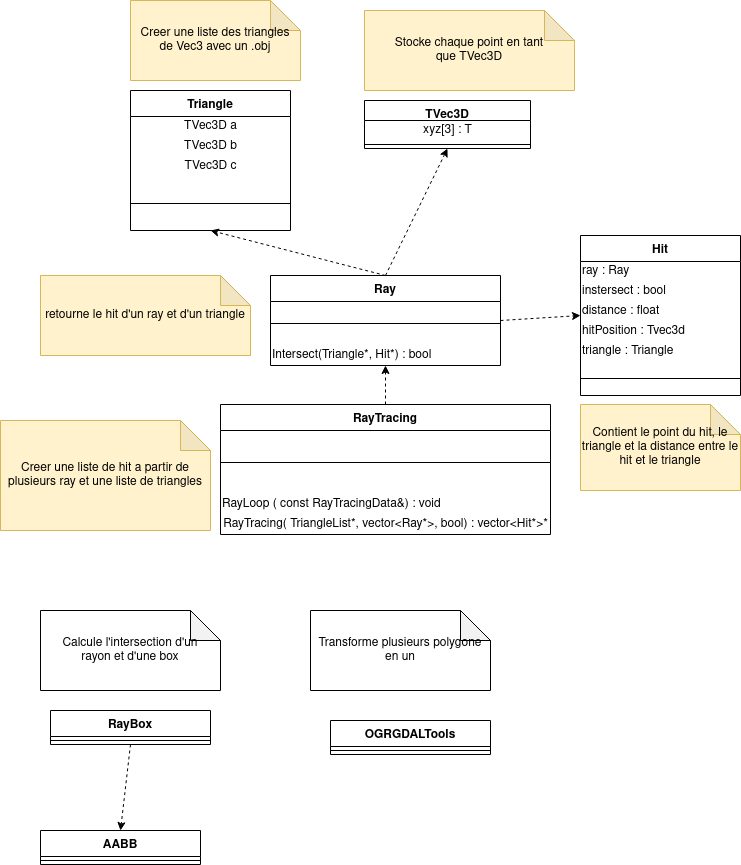
Before: architecture/UMLRaycastSimplifie.png, a diagram exported from draw.io (VCityTeam/DA-POM-VilleUnity). Source tidied: cells renumbered, new cells last; positions are measured from the earlier drawing's top-left corner, leaving out a move shared by most shapes.
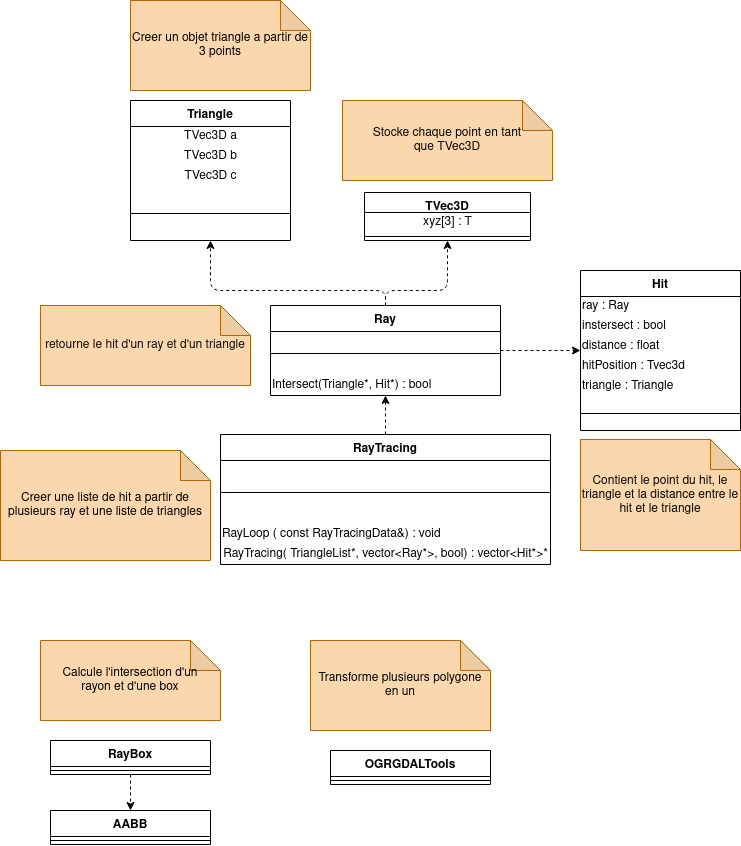
The same file after the commit.

Change to the diagram source:
```diff
@@ -3,7 +3,7 @@
     <mxCell id="0" />
     <mxCell id="1" parent="0" />
     <mxCell id="2" value="Triangle" style="swimlane;fontStyle=1;align=center;verticalAlign=top;horizontal=1;startSize=26;" parent="1" vertex="1">
-      <mxGeometry x="130" y="90" width="160" height="140" as="geometry" />
+      <mxGeometry x="130" y="70" width="160" height="140" as="geometry" />
     </mxCell>
     <mxCell id="3" value="TVec3D a" style="text;html=1;align=center;verticalAlign=middle;" parent="2" vertex="1">
       <mxGeometry y="26" width="160" height="20" as="geometry" />
@@ -17,11 +17,11 @@
     <mxCell id="6" style="line;strokeWidth=1;fillColor=none;align=left;verticalAlign=middle;spacingTop=-1;spacingLeft=3;spacingRight=3;labelPosition=right;" parent="2" vertex="1">
       <mxGeometry y="86" width="160" height="54" as="geometry" />
     </mxCell>
-    <mxCell id="7" value="&lt;div&gt;Creer une liste des triangles&lt;/div&gt;&lt;div&gt;de Vec3 avec un .obj&lt;br&gt;&lt;/div&gt;" style="shape=note;whiteSpace=wrap;html=1;backgroundOutline=1;darkOpacity=0.05;fillColor=#fff2cc;strokeColor=#d6b656;" parent="1" vertex="1">
-      <mxGeometry x="130" width="170" height="80" as="geometry" />
+    <mxCell id="7" value="Creer un objet triangle a partir de 3 points" style="shape=note;whiteSpace=wrap;html=1;backgroundOutline=1;darkOpacity=0.05;fillColor=#fad7ac;strokeColor=#b46504;" parent="1" vertex="1">
+      <mxGeometry x="130" y="-30" width="180" height="90" as="geometry" />
     </mxCell>
     <mxCell id="8" value="TVec3D" style="swimlane;fontStyle=1;align=center;verticalAlign=top;horizontal=1;startSize=20;" parent="1" vertex="1">
-      <mxGeometry x="364" y="100" width="166" height="48" as="geometry" />
+      <mxGeometry x="364" y="162" width="166" height="48" as="geometry" />
     </mxCell>
     <mxCell id="9" value="xyz[3] : T" style="text;html=1;align=center;verticalAlign=middle;" parent="8" vertex="1">
       <mxGeometry y="20" width="166" height="20" as="geometry" />
@@ -29,8 +29,8 @@
     <mxCell id="10" style="line;strokeWidth=1;fillColor=none;align=left;verticalAlign=middle;spacingTop=-1;spacingLeft=3;spacingRight=3;labelPosition=right;" parent="8" vertex="1">
       <mxGeometry y="40" width="166" height="8" as="geometry" />
     </mxCell>
-    <mxCell id="11" value="&lt;div&gt;Stocke chaque point en tant&lt;/div&gt;&lt;div&gt;que TVec3D&lt;br&gt;&lt;/div&gt;" style="shape=note;whiteSpace=wrap;html=1;backgroundOutline=1;darkOpacity=0.05;fillColor=#fff2cc;strokeColor=#d6b656;" parent="1" vertex="1">
-      <mxGeometry x="364" y="10" width="210" height="80" as="geometry" />
+    <mxCell id="11" value="&lt;div&gt;&lt;font color=&quot;#050505&quot;&gt;Stocke chaque point en tant&lt;/font&gt;&lt;/div&gt;&lt;div&gt;&lt;font color=&quot;#050505&quot;&gt;que TVec3D&lt;br&gt;&lt;/font&gt;&lt;/div&gt;" style="shape=note;whiteSpace=wrap;html=1;backgroundOutline=1;darkOpacity=0.05;fillColor=#fad7ac;strokeColor=#b46504;" parent="1" vertex="1">
+      <mxGeometry x="342" y="70" width="210" height="80" as="geometry" />
     </mxCell>
     <mxCell id="12" value="Ray" style="swimlane;fontStyle=1;align=center;verticalAlign=top;horizontal=1;startSize=26;" parent="1" vertex="1">
       <mxGeometry x="270" y="275" width="230" height="90" as="geometry" />
@@ -60,7 +60,7 @@
       <mxGeometry y="26" width="160" height="8" as="geometry" />
     </mxCell>
     <mxCell id="21" value="Hit" style="swimlane;fontStyle=1;align=center;verticalAlign=top;horizontal=1;startSize=26;" parent="1" vertex="1">
-      <mxGeometry x="580" y="235" width="160" height="160" as="geometry" />
+      <mxGeometry x="580" y="240" width="160" height="160" as="geometry" />
     </mxCell>
     <mxCell id="22" value="ray : Ray" style="text;html=1;align=left;verticalAlign=middle;" parent="21" vertex="1">
       <mxGeometry y="26" width="160" height="20" as="geometry" />
@@ -81,19 +81,29 @@
       <mxGeometry y="126" width="160" height="34" as="geometry" />
     </mxCell>
     <mxCell id="28" style="endArrow=classic;html=1;exitX=0.5;exitY=0;exitDx=0;exitDy=0;dashed=1;entryX=0.5;entryY=1;entryDx=0;entryDy=0;" parent="1" edge="1" source="12" target="8">
-      <mxGeometry relative="1" as="geometry" />
+      <mxGeometry relative="1" as="geometry">
+        <Array as="points">
+          <mxPoint x="385" y="260" />
+          <mxPoint x="447" y="260" />
+        </Array>
+      </mxGeometry>
     </mxCell>
     <mxCell id="29" style="endArrow=classic;html=1;exitX=0.5;exitY=0;exitDx=0;exitDy=0;entryX=0.5;entryY=1;entryDx=0;entryDy=0;dashed=1;" parent="1" edge="1" source="12" target="2">
-      <mxGeometry relative="1" as="geometry" />
+      <mxGeometry relative="1" as="geometry">
+        <Array as="points">
+          <mxPoint x="385" y="260" />
+          <mxPoint x="210" y="260" />
+        </Array>
+      </mxGeometry>
     </mxCell>
-    <mxCell id="30" value="&lt;div&gt;Calcule l'intersection d'un&lt;/div&gt;&lt;div&gt;rayon et d'une box&lt;br&gt;&lt;/div&gt;" style="shape=note;whiteSpace=wrap;html=1;backgroundOutline=1;darkOpacity=0.05;" parent="1" vertex="1">
+    <mxCell id="30" value="&lt;div&gt;&lt;font color=&quot;#000000&quot;&gt;Calcule l'intersection d'un&lt;/font&gt;&lt;/div&gt;&lt;div&gt;&lt;font color=&quot;#000000&quot;&gt;rayon et d'une box&lt;br&gt;&lt;/font&gt;&lt;/div&gt;" style="shape=note;whiteSpace=wrap;html=1;backgroundOutline=1;darkOpacity=0.05;fillColor=#fad7ac;strokeColor=#b46504;" parent="1" vertex="1">
       <mxGeometry x="40" y="610" width="180" height="80" as="geometry" />
     </mxCell>
     <mxCell id="31" style="endArrow=classic;html=1;dashed=1;exitX=0.5;exitY=1;exitDx=0;exitDy=0;entryX=0.5;entryY=0;entryDx=0;entryDy=0;" parent="1" edge="1" source="19" target="32">
       <mxGeometry relative="1" as="geometry" />
     </mxCell>
     <mxCell id="32" value="AABB" style="swimlane;fontStyle=1;align=center;verticalAlign=top;horizontal=1;startSize=26;" parent="1" vertex="1">
-      <mxGeometry x="40" y="830" width="160" height="34" as="geometry" />
+      <mxGeometry x="50" y="780" width="160" height="34" as="geometry" />
     </mxCell>
     <mxCell id="33" style="line;strokeWidth=1;fillColor=none;align=left;verticalAlign=middle;spacingTop=-1;spacingLeft=3;spacingRight=3;labelPosition=right;" parent="32" vertex="1">
       <mxGeometry y="26" width="160" height="8" as="geometry" />
@@ -101,17 +111,17 @@
     <mxCell id="34" style="endArrow=classic;html=1;dashed=1;exitX=0.5;exitY=0;exitDx=0;exitDy=0;entryX=0.5;entryY=1;entryDx=0;entryDy=0;" parent="1" edge="1" source="15" target="12">
       <mxGeometry relative="1" as="geometry" />
     </mxCell>
-    <mxCell id="35" value="Creer une liste de hit a partir de plusieurs ray et une liste de triangles" style="shape=note;whiteSpace=wrap;html=1;backgroundOutline=1;darkOpacity=0.05;fillColor=#fff2cc;strokeColor=#d6b656;" parent="1" vertex="1">
+    <mxCell id="35" value="&lt;font color=&quot;#000000&quot;&gt;Creer une liste de hit a partir de plusieurs ray et une liste de triangles&lt;/font&gt;" style="shape=note;whiteSpace=wrap;html=1;backgroundOutline=1;darkOpacity=0.05;fillColor=#fad7ac;strokeColor=#b46504;" parent="1" vertex="1">
       <mxGeometry y="420" width="210" height="110" as="geometry" />
     </mxCell>
-    <mxCell id="36" value="retourne le hit d'un ray et d'un triangle" style="shape=note;whiteSpace=wrap;html=1;backgroundOutline=1;darkOpacity=0.05;fillColor=#fff2cc;strokeColor=#d6b656;" parent="1" vertex="1">
+    <mxCell id="36" value="&lt;font color=&quot;#0D0C0C&quot;&gt;retourne le hit d'un ray et d'un triangle&lt;/font&gt;" style="shape=note;whiteSpace=wrap;html=1;backgroundOutline=1;darkOpacity=0.05;fillColor=#fad7ac;strokeColor=#b46504;" parent="1" vertex="1">
       <mxGeometry x="40" y="275" width="210" height="80" as="geometry" />
     </mxCell>
     <mxCell id="37" style="endArrow=classic;html=1;dashed=1;exitX=1;exitY=0.5;exitDx=0;exitDy=0;entryX=0;entryY=0.5;entryDx=0;entryDy=0;" parent="1" edge="1" source="12" target="21">
       <mxGeometry relative="1" as="geometry" />
     </mxCell>
-    <mxCell id="38" value="Contient le point du hit, le triangle et la distance entre le hit et le triangle" style="shape=note;whiteSpace=wrap;html=1;backgroundOutline=1;darkOpacity=0.05;fillColor=#fff2cc;strokeColor=#d6b656;" parent="1" vertex="1">
-      <mxGeometry x="580" y="404" width="160" height="86" as="geometry" />
+    <mxCell id="38" value="&lt;font color=&quot;#050505&quot;&gt;Contient le point du hit, le triangle et la distance entre le hit et le triangle&lt;/font&gt;" style="shape=note;whiteSpace=wrap;html=1;backgroundOutline=1;darkOpacity=0.05;fillColor=#fad7ac;strokeColor=#b46504;" parent="1" vertex="1">
+      <mxGeometry x="580" y="409" width="160" height="111" as="geometry" />
     </mxCell>
     <mxCell id="39" value="OGRGDALTools" style="swimlane;fontStyle=1;align=center;verticalAlign=top;horizontal=1;startSize=26;" parent="1" vertex="1">
       <mxGeometry x="330" y="720" width="160" height="34" as="geometry" />
@@ -119,8 +129,8 @@
     <mxCell id="40" style="line;strokeWidth=1;fillColor=none;align=left;verticalAlign=middle;spacingTop=-1;spacingLeft=3;spacingRight=3;labelPosition=right;" parent="39" vertex="1">
       <mxGeometry y="26" width="160" height="8" as="geometry" />
     </mxCell>
-    <mxCell id="41" value="Transforme plusieurs polygone en un" style="shape=note;whiteSpace=wrap;html=1;backgroundOutline=1;darkOpacity=0.05;" parent="1" vertex="1">
-      <mxGeometry x="310" y="610" width="180" height="80" as="geometry" />
+    <mxCell id="41" value="&lt;font color=&quot;#030303&quot;&gt;Transforme plusieurs polygone en un&lt;/font&gt;" style="shape=note;whiteSpace=wrap;html=1;backgroundOutline=1;darkOpacity=0.05;fillColor=#fad7ac;strokeColor=#b46504;" parent="1" vertex="1">
+      <mxGeometry x="310" y="610" width="180" height="90" as="geometry" />
     </mxCell>
   </root>
 </mxGraphModel>
```
